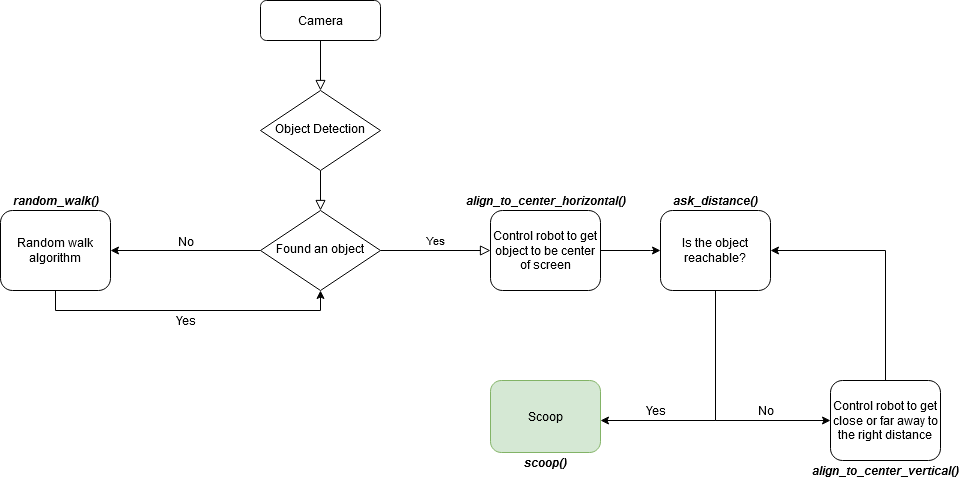
This is CHAD.png from ExcelE/chad_core, a draw.io export, as it was before one commit. Source tidied: cells renumbered, new cells last; positions are measured from the earlier drawing's top-left corner, leaving out a move shared by most shapes. The source it was exported from:
```xml
<mxGraphModel>
  <root>
    <mxCell id="0" />
    <mxCell id="1" parent="0" />
    <mxCell id="2" style="rounded=0;html=1;jettySize=auto;fontSize=11;endArrow=block;endFill=0;endSize=8;strokeWidth=1;shadow=0;labelBackgroundColor=none;edgeStyle=orthogonalEdgeStyle;" parent="1" edge="1" source="3" target="5">
      <mxGeometry relative="1" as="geometry" />
    </mxCell>
    <mxCell id="3" value="Camera" style="rounded=1;whiteSpace=wrap;html=1;fontSize=12;glass=0;strokeWidth=1;shadow=0;" parent="1" vertex="1">
      <mxGeometry x="260" width="120" height="40" as="geometry" />
    </mxCell>
    <mxCell id="4" style="rounded=0;html=1;jettySize=auto;fontSize=11;endArrow=block;endFill=0;endSize=8;strokeWidth=1;shadow=0;labelBackgroundColor=none;edgeStyle=orthogonalEdgeStyle;" parent="1" edge="1" source="5" target="9">
      <mxGeometry y="20" relative="1" as="geometry" />
    </mxCell>
    <mxCell id="5" value="Object Detection" style="rhombus;whiteSpace=wrap;html=1;shadow=0;fontFamily=Helvetica;fontSize=12;align=center;strokeWidth=1;spacing=6;spacingTop=-4;" parent="1" vertex="1">
      <mxGeometry x="260" y="90" width="120" height="80" as="geometry" />
    </mxCell>
    <mxCell id="6" value="Yes" style="edgeStyle=orthogonalEdgeStyle;rounded=0;html=1;jettySize=auto;fontSize=11;endArrow=block;endFill=0;endSize=8;strokeWidth=1;shadow=0;labelBackgroundColor=none;" parent="1" edge="1" source="9" target="13">
      <mxGeometry y="10" relative="1" as="geometry" />
    </mxCell>
    <mxCell id="7" style="edgeStyle=orthogonalEdgeStyle;rounded=0;jettySize=auto;html=1;entryX=1;entryY=0.5;entryDx=0;entryDy=0;" parent="1" edge="1" source="9" target="35">
      <mxGeometry relative="1" as="geometry" />
    </mxCell>
    <mxCell id="8" value="No" style="text;html=1;align=center;verticalAlign=middle;labelBackgroundColor=#ffffff;" parent="7" vertex="1">
      <mxGeometry x="-0.11" y="-2" relative="1" as="geometry">
        <mxPoint x="-8.1" y="-8" as="offset" />
      </mxGeometry>
    </mxCell>
    <mxCell id="9" value="Found an object" style="rhombus;whiteSpace=wrap;html=1;shadow=0;fontFamily=Helvetica;fontSize=12;align=center;strokeWidth=1;spacing=6;spacingTop=-4;" parent="1" vertex="1">
      <mxGeometry x="260" y="210" width="120" height="80" as="geometry" />
    </mxCell>
    <mxCell id="10" style="edgeStyle=orthogonalEdgeStyle;rounded=0;jettySize=auto;html=1;" parent="1" edge="1" source="13" target="16">
      <mxGeometry relative="1" as="geometry">
        <Array as="points">
          <mxPoint x="650" y="250" />
          <mxPoint x="650" y="250" />
        </Array>
      </mxGeometry>
    </mxCell>
    <mxCell id="11" style="edgeStyle=orthogonalEdgeStyle;rounded=0;jettySize=auto;html=1;entryX=0.5;entryY=1;entryDx=0;entryDy=0;" parent="1" edge="1" source="35" target="9">
      <mxGeometry relative="1" as="geometry">
        <Array as="points">
          <mxPoint x="55" y="310" />
          <mxPoint x="320" y="310" />
        </Array>
      </mxGeometry>
    </mxCell>
    <mxCell id="12" style="group;" parent="1" vertex="1">
      <mxGeometry x="490" y="190" width="140" height="100" as="geometry" />
    </mxCell>
    <mxCell id="13" value="Control robot to get object to be center of screen" style="rounded=1;whiteSpace=wrap;html=1;fontSize=12;glass=0;strokeWidth=1;shadow=0;" parent="12" vertex="1">
      <mxGeometry y="20" width="110" height="80" as="geometry" />
    </mxCell>
    <mxCell id="14" value="&lt;i&gt;&lt;b&gt;align_to_center_horizontal()&lt;/b&gt;&lt;/i&gt;" style="text;html=1;align=center;verticalAlign=middle;" parent="12" vertex="1">
      <mxGeometry x="-30" width="170" height="20" as="geometry" />
    </mxCell>
    <mxCell id="15" style="group;" parent="1" vertex="1">
      <mxGeometry x="660" y="190" width="110" height="100" as="geometry" />
    </mxCell>
    <mxCell id="16" value="Is the object reachable?" style="rounded=1;whiteSpace=wrap;html=1;fontSize=12;glass=0;strokeWidth=1;shadow=0;" parent="15" vertex="1">
      <mxGeometry y="20" width="110" height="80" as="geometry" />
    </mxCell>
    <mxCell id="17" value="&lt;i&gt;&lt;b&gt;ask_distance()&lt;/b&gt;&lt;/i&gt;" style="text;html=1;align=center;verticalAlign=middle;" parent="15" vertex="1">
      <mxGeometry x="5" width="100" height="20" as="geometry" />
    </mxCell>
    <mxCell id="18" style="group;" parent="1" vertex="1">
      <mxGeometry x="490" y="380" width="110" height="92" as="geometry" />
    </mxCell>
    <mxCell id="19" style="group;" parent="18" vertex="1">
      <mxGeometry width="110" height="92" as="geometry" />
    </mxCell>
    <mxCell id="20" value="Scoop" style="rounded=1;whiteSpace=wrap;html=1;fontSize=12;glass=0;strokeWidth=1;shadow=0;fillColor=#d5e8d4;strokeColor=#82b366;" parent="19" vertex="1">
      <mxGeometry width="110" height="72" as="geometry" />
    </mxCell>
    <mxCell id="21" value="&lt;i&gt;&lt;b&gt;scoop()&lt;/b&gt;&lt;/i&gt;" style="text;html=1;align=center;verticalAlign=middle;" parent="19" vertex="1">
      <mxGeometry x="25" y="72" width="60" height="20" as="geometry" />
    </mxCell>
    <mxCell id="22" style="edgeStyle=orthogonalEdgeStyle;rounded=0;jettySize=auto;html=1;entryX=1;entryY=0.5;entryDx=0;entryDy=0;" parent="1" edge="1" source="30" target="16">
      <mxGeometry relative="1" as="geometry">
        <Array as="points">
          <mxPoint x="885" y="250" />
        </Array>
      </mxGeometry>
    </mxCell>
    <mxCell id="23" style="edgeStyle=orthogonalEdgeStyle;rounded=0;jettySize=auto;html=1;" parent="1" edge="1" source="16" target="30">
      <mxGeometry relative="1" as="geometry">
        <Array as="points">
          <mxPoint x="715" y="420" />
        </Array>
      </mxGeometry>
    </mxCell>
    <mxCell id="24" style="group;" parent="1" vertex="1">
      <mxGeometry x="640" y="400" width="75" height="20" as="geometry" />
    </mxCell>
    <mxCell id="25" value="Yes" style="text;html=1;align=center;verticalAlign=middle;" parent="24" vertex="1">
      <mxGeometry width="30" height="20" as="geometry" />
    </mxCell>
    <mxCell id="26" style="group;" parent="1" vertex="1">
      <mxGeometry x="750" y="400" width="75" height="20" as="geometry" />
    </mxCell>
    <mxCell id="27" style="edgeStyle=orthogonalEdgeStyle;rounded=0;orthogonalLoop=1;jettySize=auto;html=1;" parent="26" edge="1">
      <mxGeometry relative="1" as="geometry">
        <Array as="points">
          <mxPoint x="75" y="20" />
        </Array>
      </mxGeometry>
    </mxCell>
    <mxCell id="28" value="No" style="text;html=1;align=center;verticalAlign=middle;" parent="26" vertex="1">
      <mxGeometry width="30" height="20" as="geometry" />
    </mxCell>
    <mxCell id="29" style="group;" parent="1" vertex="1">
      <mxGeometry x="800" y="380" width="170" height="100" as="geometry" />
    </mxCell>
    <mxCell id="30" value="Control robot to get close or far away to the right distance" style="rounded=1;whiteSpace=wrap;html=1;fontSize=12;glass=0;strokeWidth=1;shadow=0;" parent="29" vertex="1">
      <mxGeometry x="30" width="110" height="80" as="geometry" />
    </mxCell>
    <mxCell id="31" value="&lt;i&gt;&lt;b&gt;align_to_center_vertical()&lt;/b&gt;&lt;/i&gt;" style="text;html=1;align=center;verticalAlign=middle;" parent="29" vertex="1">
      <mxGeometry x="5" y="80" width="160" height="20" as="geometry" />
    </mxCell>
    <mxCell id="32" style="edgeStyle=orthogonalEdgeStyle;rounded=0;jettySize=auto;html=1;" parent="1" edge="1" source="16" target="20">
      <mxGeometry relative="1" as="geometry">
        <Array as="points">
          <mxPoint x="715" y="420" />
        </Array>
      </mxGeometry>
    </mxCell>
    <mxCell id="33" value="Yes" style="text;html=1;align=center;verticalAlign=middle;" parent="1" vertex="1">
      <mxGeometry x="170" y="310" width="30" height="20" as="geometry" />
    </mxCell>
    <mxCell id="34" style="group;" parent="1" vertex="1">
      <mxGeometry y="190" width="110" height="100" as="geometry" />
    </mxCell>
    <mxCell id="35" value="Random walk algorithm" style="rounded=1;whiteSpace=wrap;html=1;fontSize=12;glass=0;strokeWidth=1;shadow=0;" parent="34" vertex="1">
      <mxGeometry y="20" width="110" height="80" as="geometry" />
    </mxCell>
    <mxCell id="36" value="&lt;div&gt;&lt;i&gt;&lt;b&gt;random_walk()&lt;/b&gt;&lt;/i&gt;&lt;/div&gt;" style="text;html=1;align=center;verticalAlign=middle;" parent="34" vertex="1">
      <mxGeometry x="5" width="100" height="20" as="geometry" />
    </mxCell>
  </root>
</mxGraphModel>
```
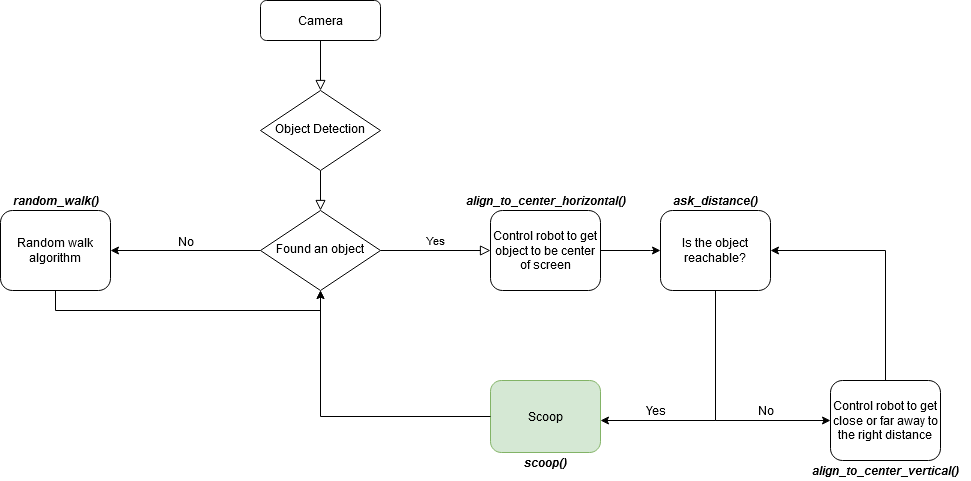
After the commit.

The edit, as a diff of the source:
```diff
@@ -123,9 +123,6 @@
         </Array>
       </mxGeometry>
     </mxCell>
-    <mxCell id="33" value="Yes" style="text;html=1;align=center;verticalAlign=middle;" parent="1" vertex="1">
-      <mxGeometry x="170" y="310" width="30" height="20" as="geometry" />
-    </mxCell>
     <mxCell id="34" style="group;" parent="1" vertex="1">
       <mxGeometry y="190" width="110" height="100" as="geometry" />
     </mxCell>
@@ -135,5 +132,8 @@
     <mxCell id="36" value="&lt;div&gt;&lt;i&gt;&lt;b&gt;random_walk()&lt;/b&gt;&lt;/i&gt;&lt;/div&gt;" style="text;html=1;align=center;verticalAlign=middle;" parent="34" vertex="1">
       <mxGeometry x="5" width="100" height="20" as="geometry" />
     </mxCell>
+    <mxCell id="37" style="edgeStyle=orthogonalEdgeStyle;rounded=0;jettySize=auto;html=1;entryX=0.5;entryY=1;entryDx=0;entryDy=0;" parent="1" edge="1" source="20" target="9">
+      <mxGeometry relative="1" as="geometry" />
+    </mxCell>
   </root>
 </mxGraphModel>
```
